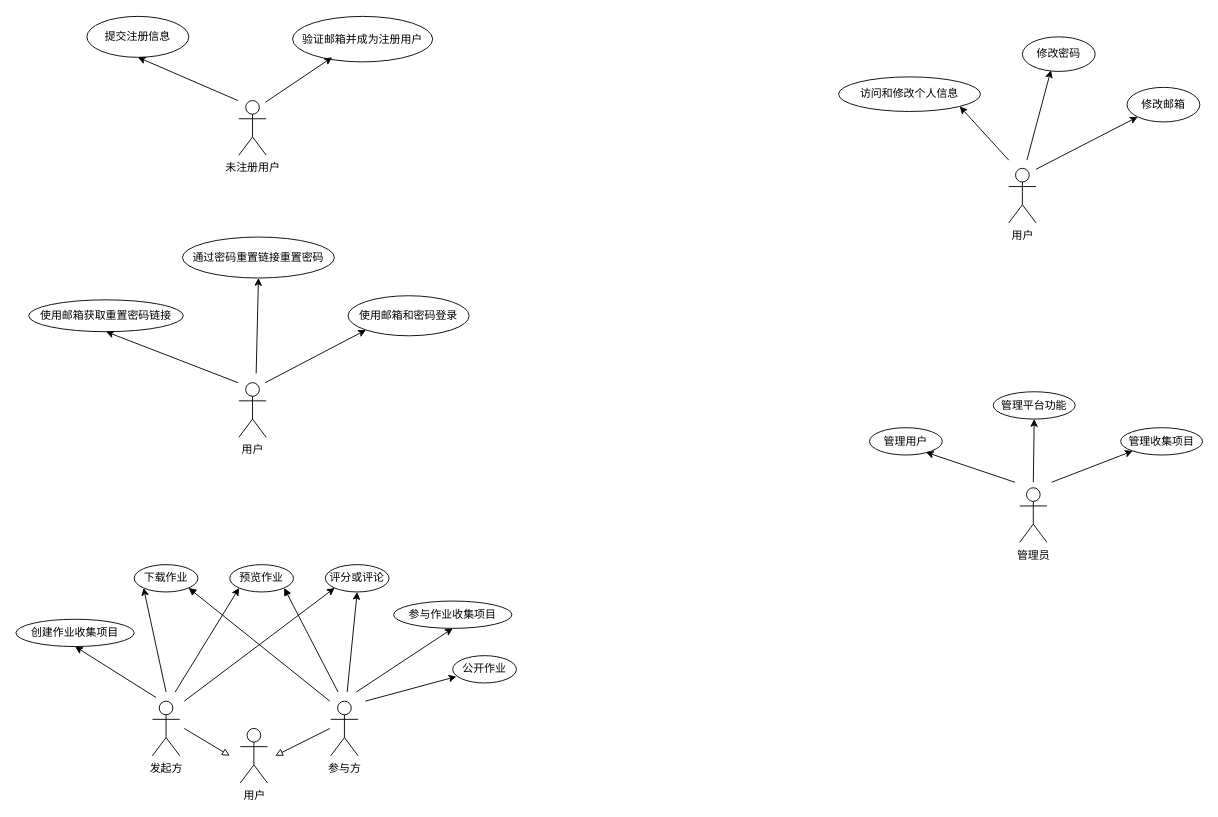
Above: page "用例图" (2 of 5) of 需求分析文档/UML图.drawio in super-dash/paperstack-design (draw.io), before the change. Source tidied: cells renumbered, new cells numbered last; positions are measured from the earlier drawing's top-left corner, leaving out a move shared by most shapes. Both pictures are drawn from the tidied source at 91%, with x=0, y=0 at pixel (15, 16).
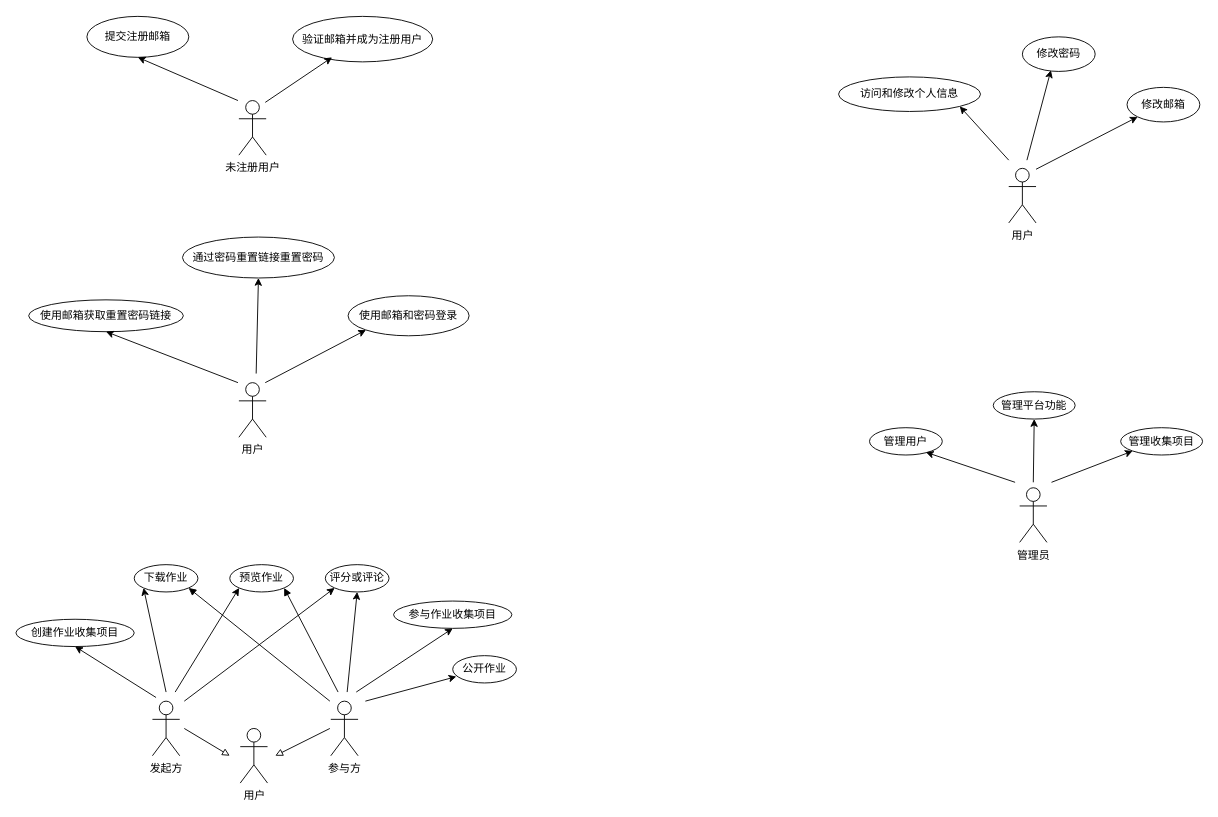
The same diagram, later.

Diff of the diagram source:
```diff
@@
-    <mxCell id="13" value="提交注册信息" style="ellipse;whiteSpace=wrap;html=1;" parent="1" vertex="1">
+    <mxCell id="13" value="提交注册邮箱" style="ellipse;whiteSpace=wrap;html=1;" parent="1" vertex="1">
       <mxGeometry x="78" y="-0.5" width="112" height="45" as="geometry" />
     </mxCell>
```
